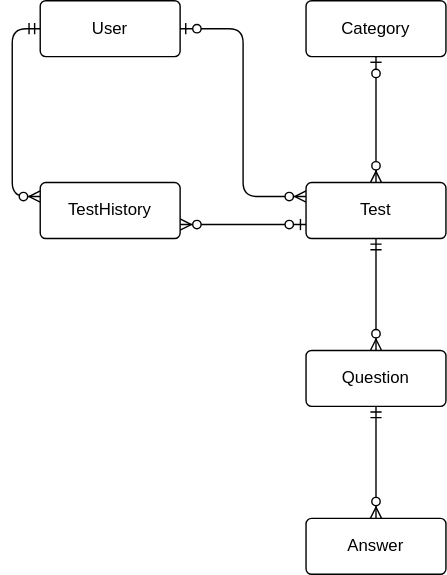
This is ER_TestGuru.svg from yerlanmad/test-guru, a draw.io export, as it was before one commit. Source tidied: cells renumbered, new cells last; positions are measured from the earlier drawing's top-left corner, leaving out a move shared by most shapes.
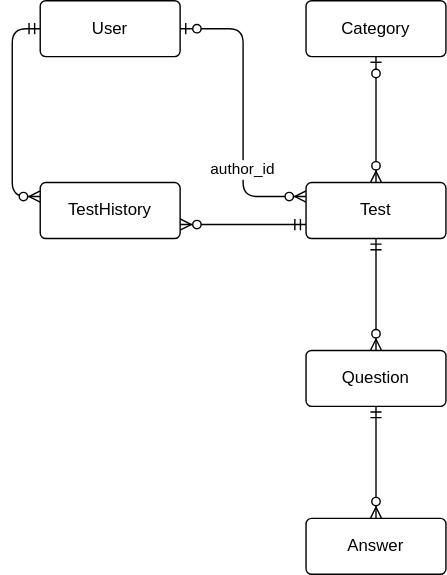
The same diagram one commit later.

What changed in the source:
```diff
@@ -2,8 +2,8 @@
   <root>
     <mxCell id="0" />
     <mxCell id="1" parent="0" />
-    <mxCell id="2" style="edgeStyle=orthogonalEdgeStyle;endArrow=ERzeroToMany;startArrow=ERzeroToOne;endFill=1;startFill=1;exitX=1;exitY=0.5;exitDx=0;exitDy=0;entryX=0;entryY=0.25;entryDx=0;entryDy=0;" parent="1" edge="1" source="13" target="9">
-      <mxGeometry relative="1" as="geometry" />
+    <mxCell id="2" value="author_id" style="edgeStyle=orthogonalEdgeStyle;endArrow=ERzeroToMany;startArrow=ERzeroToOne;endFill=1;startFill=1;exitX=1;exitY=0.5;exitDx=0;exitDy=0;entryX=0;entryY=0.25;entryDx=0;entryDy=0;" parent="1" edge="1" source="13" target="9">
+      <mxGeometry x="0.38" relative="1" as="geometry" />
     </mxCell>
     <mxCell id="3" style="rounded=1;jettySize=auto;html=1;startArrow=ERmandOne;startFill=0;endArrow=ERzeroToMany;endFill=1;exitX=0.5;exitY=1;exitDx=0;exitDy=0;" parent="1" edge="1" source="10" target="11">
       <mxGeometry relative="1" as="geometry" />
@@ -14,7 +14,7 @@
     <mxCell id="5" style="edgeStyle=orthogonalEdgeStyle;rounded=1;jettySize=auto;html=1;entryX=0;entryY=0.25;entryDx=0;entryDy=0;startArrow=ERmandOne;startFill=0;endArrow=ERzeroToMany;endFill=1;exitX=0;exitY=0.5;exitDx=0;exitDy=0;" parent="1" edge="1" source="13" target="12">
       <mxGeometry relative="1" as="geometry" />
     </mxCell>
-    <mxCell id="6" style="rounded=1;jettySize=auto;html=1;entryX=1;entryY=0.75;entryDx=0;entryDy=0;startArrow=ERzeroToOne;startFill=1;endArrow=ERzeroToMany;endFill=1;exitX=0;exitY=0.75;exitDx=0;exitDy=0;" parent="1" edge="1" source="9" target="12">
+    <mxCell id="6" style="rounded=1;jettySize=auto;html=1;entryX=1;entryY=0.75;entryDx=0;entryDy=0;startArrow=ERmandOne;startFill=0;endArrow=ERzeroToMany;endFill=1;exitX=0;exitY=0.75;exitDx=0;exitDy=0;" parent="1" edge="1" source="9" target="12">
       <mxGeometry relative="1" as="geometry" />
     </mxCell>
     <mxCell id="7" style="rounded=1;jettySize=auto;html=1;entryX=0.5;entryY=0;entryDx=0;entryDy=0;endFill=1;endArrow=ERzeroToMany;startFill=0;startArrow=ERmandOne;exitX=0.5;exitY=1;exitDx=0;exitDy=0;" parent="1" edge="1" source="9" target="10">
```
